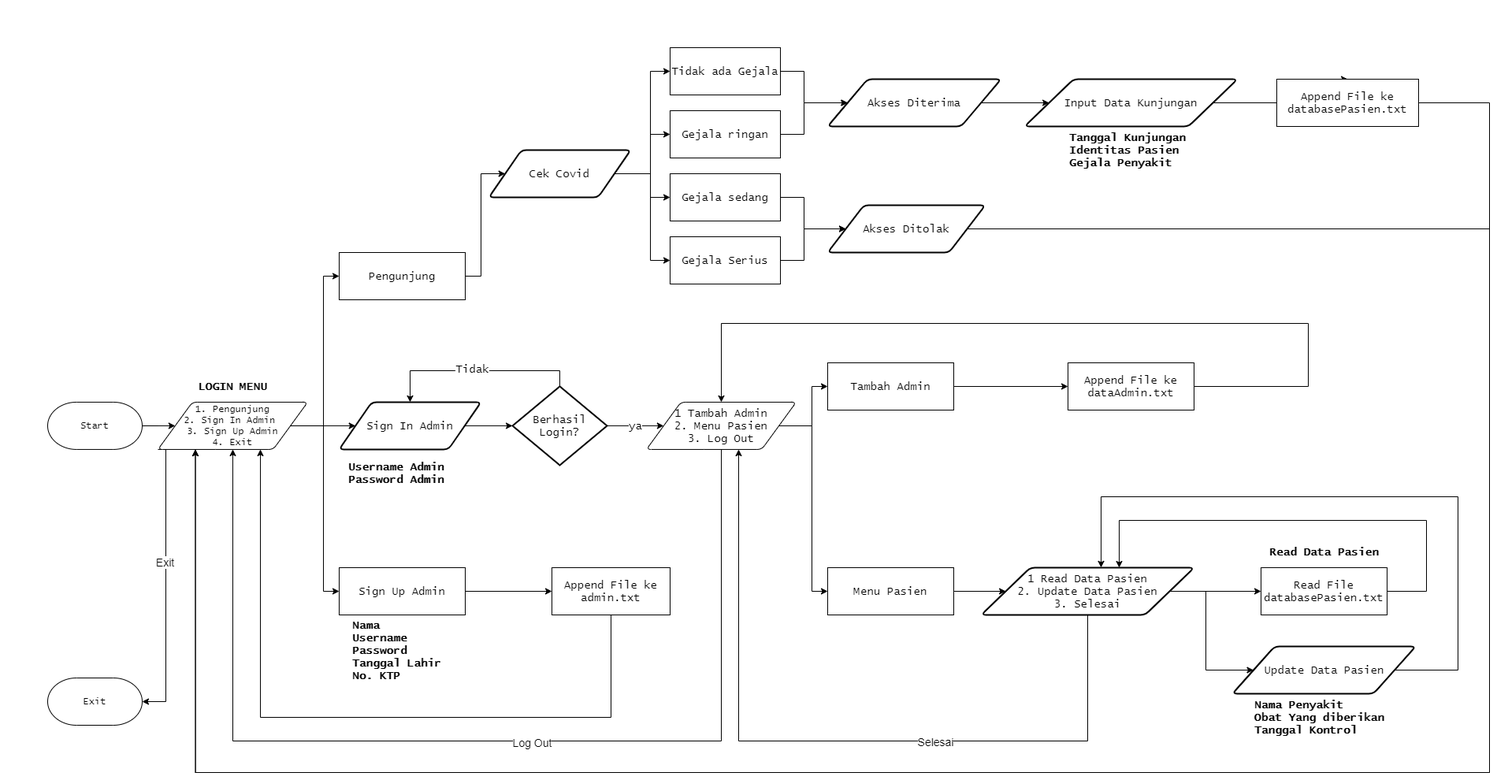
Before: Flowchart3.png, a diagram exported from draw.io (kuroyamii/final-project-collaboration). Source tidied: cells renumbered, new cells last; positions are measured from the earlier drawing's top-left corner, leaving out a move shared by most shapes.
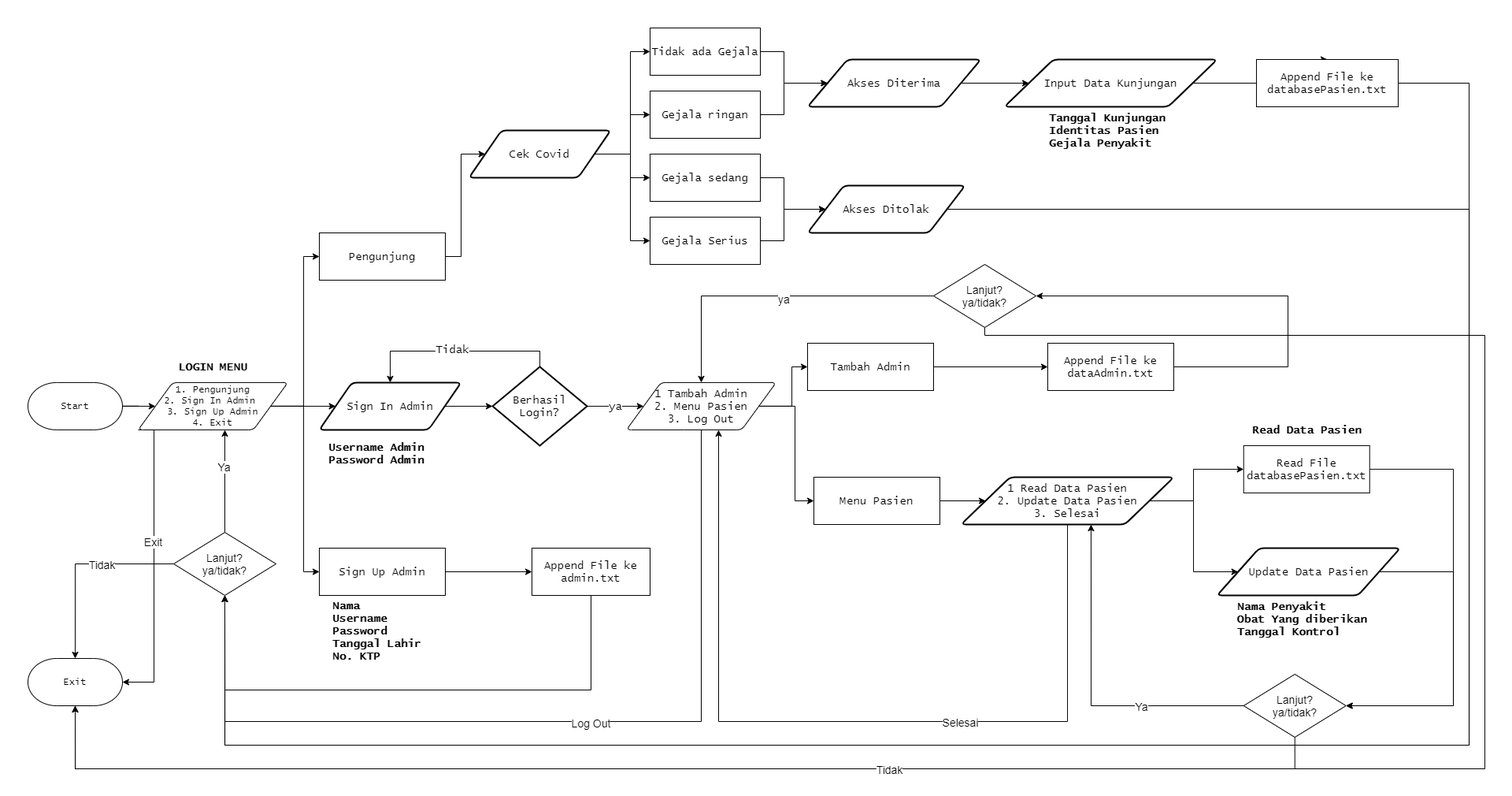
The same diagram one commit later.

Diff of the diagram source:
```diff
@@ -30,8 +30,8 @@
     <mxCell id="7" style="edgeStyle=orthogonalEdgeStyle;rounded=0;jettySize=auto;html=1;exitX=0;exitY=1;exitDx=0;exitDy=0;entryX=1;entryY=0.5;entryDx=0;entryDy=0;entryPerimeter=0;fontSize=14;" parent="1" edge="1" source="9" target="69">
       <mxGeometry relative="1" as="geometry">
         <Array as="points">
-          <mxPoint x="150" y="510" />
-          <mxPoint x="150" y="830" />
+          <mxPoint x="160" y="510" />
+          <mxPoint x="160" y="830" />
         </Array>
       </mxGeometry>
     </mxCell>
@@ -106,12 +106,12 @@
     <mxCell id="29" value="Akses Diterima" style="shape=parallelogram;html=1;strokeWidth=2;perimeter=parallelogramPerimeter;whiteSpace=wrap;rounded=1;arcSize=12;size=0.23;labelBackgroundColor=none;fontFamily=Lucida Console;fontSize=14;align=center;" parent="1" vertex="1">
       <mxGeometry x="990" y="40" width="220" height="60" as="geometry" />
     </mxCell>
-    <mxCell id="30" style="edgeStyle=orthogonalEdgeStyle;rounded=0;jettySize=auto;html=1;entryX=0.25;entryY=1;entryDx=0;entryDy=0;fontSize=14;" parent="1" edge="1" source="31" target="9">
+    <mxCell id="30" style="edgeStyle=orthogonalEdgeStyle;rounded=0;jettySize=auto;html=1;entryX=0.5;entryY=1;entryDx=0;entryDy=0;fontSize=14;" parent="1" edge="1" source="31" target="87">
       <mxGeometry relative="1" as="geometry">
         <Array as="points">
           <mxPoint x="1830" y="230" />
-          <mxPoint x="1830" y="920" />
-          <mxPoint x="188" y="920" />
+          <mxPoint x="1830" y="910" />
+          <mxPoint x="250" y="910" />
         </Array>
       </mxGeometry>
     </mxCell>
@@ -131,12 +131,12 @@
     <mxCell id="34" value="Tanggal Kunjungan&lt;br&gt;Identitas Pasien&lt;br&gt;&lt;div style=&quot;&quot;&gt;&lt;span&gt;Gejala Penyakit&lt;/span&gt;&lt;/div&gt;" style="text;html=1;align=left;verticalAlign=middle;strokeColor=none;fontSize=14;fontFamily=Lucida Console;fontStyle=1;" parent="1" vertex="1">
       <mxGeometry x="1295" y="100" width="160" height="60" as="geometry" />
     </mxCell>
-    <mxCell id="35" style="edgeStyle=orthogonalEdgeStyle;rounded=0;jettySize=auto;html=1;entryX=0.25;entryY=1;entryDx=0;entryDy=0;fontSize=14;" parent="1" edge="1" source="36" target="9">
+    <mxCell id="35" style="edgeStyle=orthogonalEdgeStyle;rounded=0;jettySize=auto;html=1;entryX=0.5;entryY=1;entryDx=0;entryDy=0;fontSize=14;" parent="1" edge="1" source="36" target="87">
       <mxGeometry relative="1" as="geometry">
         <Array as="points">
           <mxPoint x="1830" y="70" />
-          <mxPoint x="1830" y="920" />
-          <mxPoint x="188" y="920" />
+          <mxPoint x="1830" y="910" />
+          <mxPoint x="250" y="910" />
         </Array>
       </mxGeometry>
     </mxCell>
@@ -172,14 +172,22 @@
     <mxCell id="44" value="Nama&lt;br&gt;Username&lt;br&gt;Password&lt;br&gt;Tanggal Lahir&lt;br&gt;No. KTP" style="text;html=1;align=left;verticalAlign=middle;strokeColor=none;fontSize=14;fontFamily=Lucida Console;fontStyle=1;" parent="1" vertex="1">
       <mxGeometry x="385" y="720" width="130" height="90" as="geometry" />
     </mxCell>
-    <mxCell id="45" style="edgeStyle=orthogonalEdgeStyle;rounded=0;jettySize=auto;html=1;fontFamily=Lucida Console;fontSize=14;" parent="1" edge="1" source="46" target="9">
+    <mxCell id="45" style="edgeStyle=orthogonalEdgeStyle;rounded=0;orthogonalLoop=1;jettySize=auto;html=1;fontFamily=Lucida Console;fontSize=14;startArrow=none;entryX=0.5;entryY=1;entryDx=0;entryDy=0;" parent="1" edge="1" source="87" target="87">
       <mxGeometry relative="1" as="geometry">
         <Array as="points">
-          <mxPoint x="715" y="850" />
-          <mxPoint x="270" y="850" />
+          <mxPoint x="235" y="670" />
+          <mxPoint x="235" y="670" />
         </Array>
       </mxGeometry>
     </mxCell>
+    <mxCell id="70" style="edgeStyle=orthogonalEdgeStyle;rounded=0;jettySize=auto;html=1;entryX=0.5;entryY=1;entryDx=0;entryDy=0;fontSize=14;" parent="1" edge="1" source="46" target="87">
+      <mxGeometry relative="1" as="geometry">
+        <Array as="points">
+          <mxPoint x="715" y="840" />
+          <mxPoint x="250" y="840" />
+        </Array>
+      </mxGeometry>
+    </mxCell>
     <mxCell id="46" value="Append File ke&lt;br&gt;admin.txt" style="rounded=0;whiteSpace=wrap;html=1;labelBackgroundColor=none;fontFamily=Lucida Console;fontSize=14;strokeWidth=1;align=center;" parent="1" vertex="1">
       <mxGeometry x="640" y="660" width="150" height="60" as="geometry" />
     </mxCell>
@@ -189,11 +197,11 @@
     <mxCell id="48" style="edgeStyle=orthogonalEdgeStyle;rounded=0;jettySize=auto;html=1;entryX=0;entryY=0.5;entryDx=0;entryDy=0;fontFamily=Lucida Console;fontSize=14;" parent="1" edge="1" source="51" target="53">
       <mxGeometry relative="1" as="geometry" />
     </mxCell>
-    <mxCell id="49" style="edgeStyle=orthogonalEdgeStyle;rounded=0;jettySize=auto;html=1;entryX=0.5;entryY=1;entryDx=0;entryDy=0;fontSize=14;" parent="1" edge="1" source="51" target="9">
+    <mxCell id="49" style="edgeStyle=orthogonalEdgeStyle;rounded=0;jettySize=auto;html=1;entryX=0.5;entryY=1;entryDx=0;entryDy=0;fontSize=14;" parent="1" edge="1" source="51" target="87">
       <mxGeometry relative="1" as="geometry">
         <Array as="points">
           <mxPoint x="855" y="880" />
-          <mxPoint x="235" y="880" />
+          <mxPoint x="250" y="880" />
         </Array>
       </mxGeometry>
     </mxCell>
@@ -209,7 +217,7 @@
       <mxGeometry relative="1" as="geometry" />
     </mxCell>
     <mxCell id="53" value="Menu Pasien" style="rounded=0;whiteSpace=wrap;html=1;labelBackgroundColor=none;fontFamily=Lucida Console;fontSize=14;strokeWidth=1;align=center;" parent="1" vertex="1">
-      <mxGeometry x="990" y="660" width="160" height="60" as="geometry" />
+      <mxGeometry x="998" y="570" width="160" height="60" as="geometry" />
     </mxCell>
     <mxCell id="54" style="edgeStyle=orthogonalEdgeStyle;rounded=0;jettySize=auto;html=1;entryX=0;entryY=0.5;entryDx=0;entryDy=0;fontSize=14;" parent="1" edge="1" source="55" target="68">
       <mxGeometry relative="1" as="geometry" />
@@ -218,13 +226,18 @@
       <mxGeometry x="990" y="400" width="160" height="60" as="geometry" />
     </mxCell>
     <mxCell id="56" style="edgeStyle=orthogonalEdgeStyle;rounded=0;jettySize=auto;html=1;entryX=0;entryY=0.5;entryDx=0;entryDy=0;fontFamily=Lucida Console;fontSize=14;" parent="1" edge="1" source="60" target="62">
-      <mxGeometry relative="1" as="geometry" />
+      <mxGeometry relative="1" as="geometry">
+        <Array as="points">
+          <mxPoint x="1480" y="600" />
+          <mxPoint x="1480" y="560" />
+        </Array>
+      </mxGeometry>
     </mxCell>
     <mxCell id="57" style="edgeStyle=orthogonalEdgeStyle;rounded=0;jettySize=auto;html=1;entryX=0;entryY=0.5;entryDx=0;entryDy=0;fontFamily=Lucida Console;fontSize=14;" parent="1" edge="1" source="60" target="65">
       <mxGeometry relative="1" as="geometry">
         <Array as="points">
-          <mxPoint x="1470" y="690" />
-          <mxPoint x="1470" y="790" />
+          <mxPoint x="1480" y="600" />
+          <mxPoint x="1480" y="690" />
         </Array>
       </mxGeometry>
     </mxCell>
@@ -241,53 +254,111 @@
       <mxGeometry x="-0.27" relative="1" as="geometry" />
     </mxCell>
     <mxCell id="60" value="1 Read Data Pasien&lt;br&gt;2. Update Data Pasien&lt;br&gt;3. Selesai" style="shape=parallelogram;html=1;strokeWidth=2;perimeter=parallelogramPerimeter;whiteSpace=wrap;rounded=1;arcSize=12;size=0.23;labelBackgroundColor=none;fontFamily=Lucida Console;fontSize=14;align=center;" parent="1" vertex="1">
-      <mxGeometry x="1185" y="660" width="270" height="60" as="geometry" />
+      <mxGeometry x="1185" y="570" width="270" height="60" as="geometry" />
     </mxCell>
-    <mxCell id="61" style="edgeStyle=orthogonalEdgeStyle;rounded=0;jettySize=auto;html=1;fontSize=14;" parent="1" edge="1" source="62">
-      <mxGeometry relative="1" as="geometry">
-        <mxPoint x="1360" y="660" as="targetPoint" />
-        <Array as="points">
-          <mxPoint x="1750" y="690" />
-          <mxPoint x="1750" y="600" />
-          <mxPoint x="1360" y="600" />
-        </Array>
-      </mxGeometry>
-    </mxCell>
+    <mxCell id="71" style="edgeStyle=orthogonalEdgeStyle;rounded=0;jettySize=auto;html=1;entryX=1;entryY=0.5;entryDx=0;entryDy=0;fontSize=14;" parent="1" edge="1" source="62" target="77">
+      <mxGeometry relative="1" as="geometry">
+        <Array as="points">
+          <mxPoint x="1810" y="560" />
+          <mxPoint x="1810" y="860" />
+        </Array>
+      </mxGeometry>
+    </mxCell>
     <mxCell id="62" value="Read File&lt;br&gt;databasePasien.txt" style="rounded=0;whiteSpace=wrap;html=1;labelBackgroundColor=none;fontFamily=Lucida Console;fontSize=14;strokeWidth=1;align=center;" parent="1" vertex="1">
-      <mxGeometry x="1540" y="660" width="160" height="60" as="geometry" />
+      <mxGeometry x="1543.8" y="529.9" width="160" height="60" as="geometry" />
     </mxCell>
     <mxCell id="63" value="Read Data Pasien" style="text;html=1;align=center;verticalAlign=middle;strokeColor=none;fontSize=14;fontFamily=Lucida Console;fontStyle=1;" parent="1" vertex="1">
-      <mxGeometry x="1545" y="630" width="150" height="20" as="geometry" />
+      <mxGeometry x="1548.8" y="499.9" width="150" height="20" as="geometry" />
     </mxCell>
-    <mxCell id="64" style="edgeStyle=orthogonalEdgeStyle;rounded=0;jettySize=auto;html=1;entryX=0.563;entryY=-0.002;entryDx=0;entryDy=0;entryPerimeter=0;fontSize=14;" parent="1" edge="1" source="65" target="60">
-      <mxGeometry relative="1" as="geometry">
-        <Array as="points">
-          <mxPoint x="1790" y="790" />
-          <mxPoint x="1790" y="570" />
-          <mxPoint x="1337" y="570" />
-        </Array>
-      </mxGeometry>
-    </mxCell>
+    <mxCell id="72" style="edgeStyle=orthogonalEdgeStyle;rounded=0;jettySize=auto;html=1;entryX=1;entryY=0.5;entryDx=0;entryDy=0;fontSize=14;" parent="1" edge="1" source="65" target="77">
+      <mxGeometry relative="1" as="geometry">
+        <Array as="points">
+          <mxPoint x="1810" y="690" />
+          <mxPoint x="1810" y="860" />
+        </Array>
+      </mxGeometry>
+    </mxCell>
     <mxCell id="65" value="Update Data Pasien" style="shape=parallelogram;html=1;strokeWidth=2;perimeter=parallelogramPerimeter;whiteSpace=wrap;rounded=1;arcSize=12;size=0.23;labelBackgroundColor=none;fontFamily=Lucida Console;fontSize=14;align=center;" parent="1" vertex="1">
-      <mxGeometry x="1503.8" y="760" width="232.5" height="60" as="geometry" />
+      <mxGeometry x="1510" y="660" width="232.5" height="60" as="geometry" />
     </mxCell>
     <mxCell id="66" value="Nama Penyakit&lt;br&gt;Obat Yang diberikan&lt;br&gt;Tanggal Kontrol" style="text;html=1;align=left;verticalAlign=middle;strokeColor=none;fontSize=14;fontFamily=Lucida Console;fontStyle=1;" parent="1" vertex="1">
-      <mxGeometry x="1530" y="820" width="180" height="60" as="geometry" />
+      <mxGeometry x="1533.8" y="720" width="180" height="60" as="geometry" />
     </mxCell>
-    <mxCell id="67" style="edgeStyle=orthogonalEdgeStyle;rounded=0;jettySize=auto;html=1;entryX=0.5;entryY=0;entryDx=0;entryDy=0;fontSize=14;" parent="1" edge="1" source="68" target="51">
-      <mxGeometry relative="1" as="geometry">
-        <Array as="points">
-          <mxPoint x="1600" y="430" />
-          <mxPoint x="1600" y="350" />
-          <mxPoint x="855" y="350" />
-        </Array>
-      </mxGeometry>
-    </mxCell>
+    <mxCell id="73" style="edgeStyle=orthogonalEdgeStyle;rounded=0;jettySize=auto;html=1;entryX=1;entryY=0.5;entryDx=0;entryDy=0;fontSize=14;" parent="1" edge="1" source="68" target="82">
+      <mxGeometry relative="1" as="geometry">
+        <Array as="points">
+          <mxPoint x="1600" y="430" />
+          <mxPoint x="1600" y="340" />
+        </Array>
+      </mxGeometry>
+    </mxCell>
     <mxCell id="68" value="Append File ke&lt;br&gt;dataAdmin.txt" style="rounded=0;whiteSpace=wrap;html=1;labelBackgroundColor=none;fontFamily=Lucida Console;fontSize=14;strokeWidth=1;align=center;" parent="1" vertex="1">
       <mxGeometry x="1295" y="400" width="160" height="60" as="geometry" />
     </mxCell>
     <mxCell id="69" value="Exit" style="strokeWidth=1;html=1;shape=mxgraph.flowchart.terminator;whiteSpace=wrap;fontFamily=Lucida Console;labelBackgroundColor=none;" parent="1" vertex="1">
       <mxGeometry y="800" width="120" height="60" as="geometry" />
     </mxCell>
+    <mxCell id="74" style="edgeStyle=orthogonalEdgeStyle;rounded=0;jettySize=auto;html=1;entryX=0.611;entryY=1;entryDx=0;entryDy=0;entryPerimeter=0;fontSize=14;" parent="1" edge="1" source="77" target="60">
+      <mxGeometry relative="1" as="geometry">
+        <Array as="points">
+          <mxPoint x="1350" y="860" />
+        </Array>
+      </mxGeometry>
+    </mxCell>
+    <mxCell id="75" value="Ya" style="edgeLabel;html=1;align=center;verticalAlign=middle;fontSize=14;" parent="74" vertex="1">
+      <mxGeometry x="-0.39" relative="1" as="geometry" />
+    </mxCell>
+    <mxCell id="76" style="edgeStyle=orthogonalEdgeStyle;rounded=0;jettySize=auto;html=1;entryX=0.5;entryY=1;entryDx=0;entryDy=0;entryPerimeter=0;fontSize=14;" parent="1" edge="1" source="77" target="69">
+      <mxGeometry relative="1" as="geometry">
+        <Array as="points">
+          <mxPoint x="1609" y="940" />
+          <mxPoint x="60" y="940" />
+        </Array>
+      </mxGeometry>
+    </mxCell>
+    <mxCell id="77" value="Lanjut?&lt;br&gt;ya/tidak?" style="rhombus;whiteSpace=wrap;html=1;fontSize=14;" parent="1" vertex="1">
+      <mxGeometry x="1543.8" y="820" width="130" height="80" as="geometry" />
+    </mxCell>
+    <mxCell id="78" style="edgeStyle=orthogonalEdgeStyle;rounded=0;jettySize=auto;html=1;entryX=0.5;entryY=0;entryDx=0;entryDy=0;fontSize=14;" parent="1" edge="1" source="82" target="51">
+      <mxGeometry relative="1" as="geometry" />
+    </mxCell>
+    <mxCell id="79" value="ya" style="edgeLabel;html=1;align=center;verticalAlign=middle;fontSize=14;" parent="78" vertex="1">
+      <mxGeometry x="-0.06" y="3" relative="1" as="geometry" />
+    </mxCell>
+    <mxCell id="80" style="edgeStyle=orthogonalEdgeStyle;rounded=0;jettySize=auto;html=1;entryX=0.5;entryY=1;entryDx=0;entryDy=0;entryPerimeter=0;fontSize=14;exitX=0.5;exitY=1;exitDx=0;exitDy=0;" parent="1" edge="1" source="82" target="69">
+      <mxGeometry relative="1" as="geometry">
+        <Array as="points">
+          <mxPoint x="1215" y="390" />
+          <mxPoint x="1850" y="390" />
+          <mxPoint x="1850" y="940" />
+          <mxPoint x="60" y="940" />
+        </Array>
+      </mxGeometry>
+    </mxCell>
+    <mxCell id="81" value="Tidak" style="edgeLabel;html=1;align=center;verticalAlign=middle;fontSize=14;" parent="80" vertex="1">
+      <mxGeometry x="0.27" relative="1" as="geometry" />
+    </mxCell>
+    <mxCell id="82" value="Lanjut?&lt;br&gt;ya/tidak?" style="rhombus;whiteSpace=wrap;html=1;fontSize=14;" parent="1" vertex="1">
+      <mxGeometry x="1150" y="300" width="130" height="80" as="geometry" />
+    </mxCell>
+    <mxCell id="83" style="edgeStyle=orthogonalEdgeStyle;rounded=0;jettySize=auto;html=1;entryX=0.579;entryY=1.001;entryDx=0;entryDy=0;entryPerimeter=0;fontSize=14;" parent="1" edge="1" source="87" target="9">
+      <mxGeometry relative="1" as="geometry" />
+    </mxCell>
+    <mxCell id="84" value="Ya" style="edgeLabel;html=1;align=center;verticalAlign=middle;fontSize=14;" parent="83" vertex="1">
+      <mxGeometry x="0.28" y="2" relative="1" as="geometry" />
+    </mxCell>
+    <mxCell id="85" style="edgeStyle=orthogonalEdgeStyle;rounded=0;jettySize=auto;html=1;entryX=0.5;entryY=0;entryDx=0;entryDy=0;entryPerimeter=0;fontSize=14;" parent="1" edge="1" source="87" target="69">
+      <mxGeometry relative="1" as="geometry">
+        <Array as="points">
+          <mxPoint x="60" y="680" />
+        </Array>
+      </mxGeometry>
+    </mxCell>
+    <mxCell id="86" value="Tidak" style="edgeLabel;html=1;align=center;verticalAlign=middle;fontSize=14;" parent="85" vertex="1">
+      <mxGeometry x="-0.25" relative="1" as="geometry" />
+    </mxCell>
+    <mxCell id="87" value="Lanjut?&lt;br&gt;ya/tidak?" style="rhombus;whiteSpace=wrap;html=1;fontSize=14;" parent="1" vertex="1">
+      <mxGeometry x="185" y="640" width="130" height="80" as="geometry" />
+    </mxCell>
   </root>
 </mxGraphModel>
```
